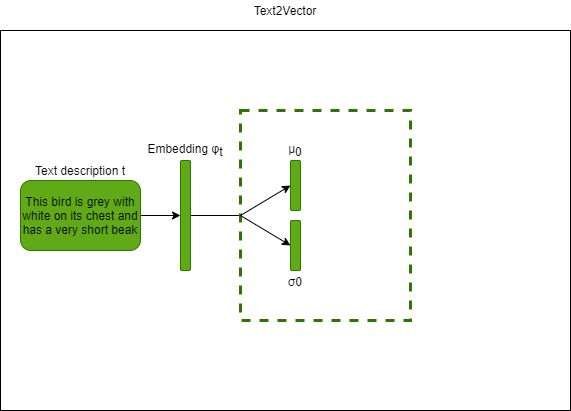
Before: models/Network.png, a diagram exported from draw.io (KJ-black/DLP_Project_S_IntroVAE). Source tidied: cells renumbered, new cells last; positions are measured from the earlier drawing's top-left corner, leaving out a move shared by most shapes.
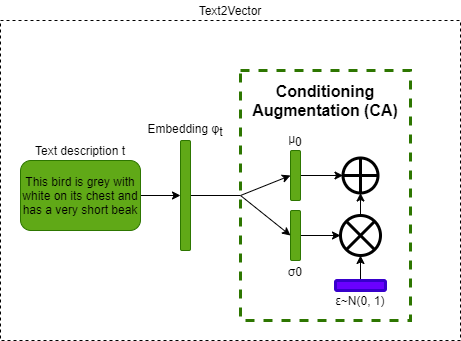
The same file after the commit.

The edit, as a diff of the source:
```diff
@@ -2,36 +2,42 @@
   <root>
     <mxCell id="0" />
     <mxCell id="1" parent="0" />
-    <mxCell id="2" style="rounded=0;whiteSpace=wrap;html=1;" parent="1" vertex="1">
-      <mxGeometry y="30" width="570" height="380" as="geometry" />
+    <mxCell id="2" style="rounded=0;whiteSpace=wrap;html=1;dashed=1;" parent="1" vertex="1">
+      <mxGeometry y="30" width="460" height="320" as="geometry" />
     </mxCell>
     <mxCell id="3" value="&lt;font style=&quot;font-size: 12px&quot;&gt;Text2Vector&lt;/font&gt;" style="text;html=1;strokeColor=none;fillColor=none;align=center;verticalAlign=middle;whiteSpace=wrap;rounded=0;" parent="1" vertex="1">
-      <mxGeometry x="265" width="40" height="20" as="geometry" />
+      <mxGeometry x="210" y="10" width="40" height="20" as="geometry" />
     </mxCell>
     <mxCell id="4" style="edgeStyle=orthogonalEdgeStyle;rounded=0;jettySize=auto;html=1;" parent="1" edge="1" source="5" target="8">
       <mxGeometry relative="1" as="geometry" />
     </mxCell>
     <mxCell id="5" value="&lt;font color=&quot;#000000&quot;&gt;This bird is grey with white on its chest and has a very short beak&lt;/font&gt;" style="rounded=1;whiteSpace=wrap;html=1;fillColor=#60a917;strokeColor=#2D7600;fontColor=#ffffff;strokeWidth=0;" parent="1" vertex="1">
-      <mxGeometry x="20" y="180" width="120" height="70" as="geometry" />
+      <mxGeometry x="20" y="170" width="120" height="70" as="geometry" />
     </mxCell>
     <mxCell id="6" value="&lt;font style=&quot;font-size: 12px&quot;&gt;Text description t&lt;/font&gt;" style="text;html=1;strokeColor=none;fillColor=none;align=center;verticalAlign=middle;whiteSpace=wrap;rounded=0;" parent="1" vertex="1">
-      <mxGeometry x="30" y="160" width="100" height="20" as="geometry" />
+      <mxGeometry x="30" y="150" width="100" height="20" as="geometry" />
     </mxCell>
     <mxCell id="7" style="edgeStyle=orthogonalEdgeStyle;rounded=0;jettySize=auto;html=1;endArrow=none;endFill=0;" parent="1" edge="1" source="8" target="10">
       <mxGeometry relative="1" as="geometry" />
     </mxCell>
     <mxCell id="8" style="rounded=1;whiteSpace=wrap;html=1;fillColor=#60a917;strokeColor=#2D7600;fontColor=#ffffff;strokeWidth=0;" parent="1" vertex="1">
-      <mxGeometry x="180" y="160" width="10" height="110" as="geometry" />
+      <mxGeometry x="180" y="150" width="10" height="110" as="geometry" />
     </mxCell>
     <mxCell id="9" value="&lt;font style=&quot;font-size: 12px&quot;&gt;Embedding φ&lt;sub&gt;t&lt;/sub&gt;&lt;/font&gt;" style="text;html=1;strokeColor=none;fillColor=none;align=center;verticalAlign=middle;whiteSpace=wrap;rounded=0;" parent="1" vertex="1">
-      <mxGeometry x="135" y="140" width="100" height="20" as="geometry" />
+      <mxGeometry x="135" y="130" width="100" height="20" as="geometry" />
     </mxCell>
     <mxCell id="10" style="rounded=0;whiteSpace=wrap;html=1;strokeWidth=3;strokeColor=#2D7600;dashed=1;" parent="1" vertex="1">
-      <mxGeometry x="240" y="110" width="170" height="210" as="geometry" />
+      <mxGeometry x="240" y="80" width="170" height="250" as="geometry" />
     </mxCell>
+    <mxCell id="17" style="edgeStyle=orthogonalEdgeStyle;rounded=0;jettySize=auto;html=1;exitX=1;exitY=0.5;exitDx=0;exitDy=0;entryX=0;entryY=0.5;entryDx=0;entryDy=0;endArrow=classic;endFill=1;" parent="1" edge="1" source="11" target="20">
+      <mxGeometry relative="1" as="geometry" />
+    </mxCell>
     <mxCell id="11" style="rounded=1;whiteSpace=wrap;html=1;fillColor=#60a917;strokeColor=#2D7600;fontColor=#ffffff;strokeWidth=0;" parent="1" vertex="1">
       <mxGeometry x="290" y="160" width="10" height="50" as="geometry" />
     </mxCell>
+    <mxCell id="18" style="edgeStyle=orthogonalEdgeStyle;rounded=0;jettySize=auto;html=1;endArrow=classic;endFill=1;" parent="1" edge="1" source="12" target="22">
+      <mxGeometry relative="1" as="geometry" />
+    </mxCell>
     <mxCell id="12" style="rounded=1;whiteSpace=wrap;html=1;fillColor=#60a917;strokeColor=#2D7600;fontColor=#ffffff;strokeWidth=0;" parent="1" vertex="1">
       <mxGeometry x="290" y="220" width="10" height="50" as="geometry" />
     </mxCell>
@@ -47,5 +53,26 @@
     <mxCell id="16" value="&lt;sub&gt;σ0&lt;/sub&gt;" style="text;html=1;strokeColor=none;fillColor=none;align=center;verticalAlign=middle;whiteSpace=wrap;rounded=0;" parent="1" vertex="1">
       <mxGeometry x="245" y="270" width="100" height="20" as="geometry" />
     </mxCell>
+    <mxCell id="19" value="&lt;font size=&quot;1&quot;&gt;&lt;b style=&quot;font-size: 16px&quot;&gt;Conditioning Augmentation (CA)&lt;/b&gt;&lt;/font&gt;" style="text;html=1;strokeColor=none;fillColor=none;align=center;verticalAlign=middle;whiteSpace=wrap;rounded=0;" parent="1" vertex="1">
+      <mxGeometry x="250" y="100" width="150" height="20" as="geometry" />
+    </mxCell>
+    <mxCell id="20" style="shape=orEllipse;perimeter=ellipsePerimeter;whiteSpace=wrap;html=1;backgroundOutline=1;strokeWidth=3;" parent="1" vertex="1">
+      <mxGeometry x="342.5" y="167.5" width="35" height="35" as="geometry" />
+    </mxCell>
+    <mxCell id="21" style="edgeStyle=orthogonalEdgeStyle;rounded=0;jettySize=auto;html=1;endArrow=classic;endFill=1;" parent="1" edge="1" source="22" target="20">
+      <mxGeometry relative="1" as="geometry" />
+    </mxCell>
+    <mxCell id="22" style="shape=sumEllipse;perimeter=ellipsePerimeter;whiteSpace=wrap;html=1;backgroundOutline=1;strokeColor=#000000;strokeWidth=3;" parent="1" vertex="1">
+      <mxGeometry x="340" y="225" width="40" height="40" as="geometry" />
+    </mxCell>
+    <mxCell id="23" style="edgeStyle=orthogonalEdgeStyle;rounded=0;jettySize=auto;html=1;endArrow=classic;endFill=1;" parent="1" edge="1" source="24" target="22">
+      <mxGeometry relative="1" as="geometry" />
+    </mxCell>
+    <mxCell id="24" style="rounded=1;whiteSpace=wrap;html=1;strokeWidth=3;strokeColor=#3700CC;fillColor=#6a00ff;fontColor=#ffffff;" parent="1" vertex="1">
+      <mxGeometry x="335" y="290" width="50" height="10" as="geometry" />
+    </mxCell>
+    <mxCell id="25" value="ε~N(0, 1)" style="text;html=1;strokeColor=none;fillColor=none;align=center;verticalAlign=middle;whiteSpace=wrap;rounded=0;" parent="1" vertex="1">
+      <mxGeometry x="310" y="300" width="100" height="20" as="geometry" />
+    </mxCell>
   </root>
 </mxGraphModel>
```
